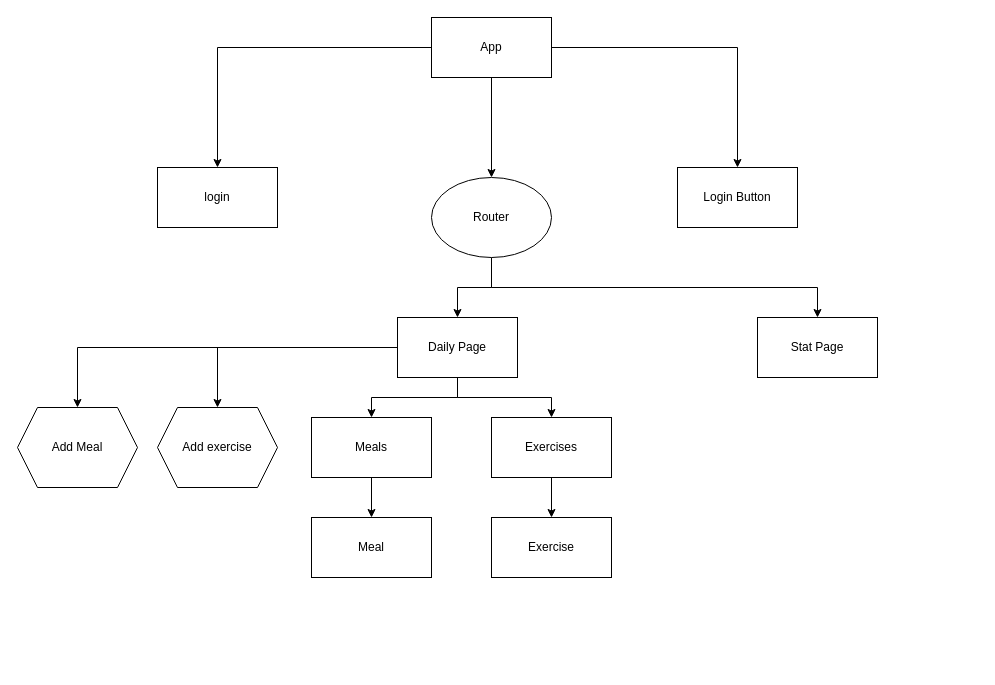
Before: Диаграмма без названия.drawio in DimaVarek/fitness_app, a draw.io diagram. Source tidied: cells renumbered, new cells numbered last; positions are measured from the earlier drawing's top-left corner, leaving out a move shared by most shapes. Both pictures are drawn from the tidied source at 100%, with x=0, y=0 at pixel (17, 17).
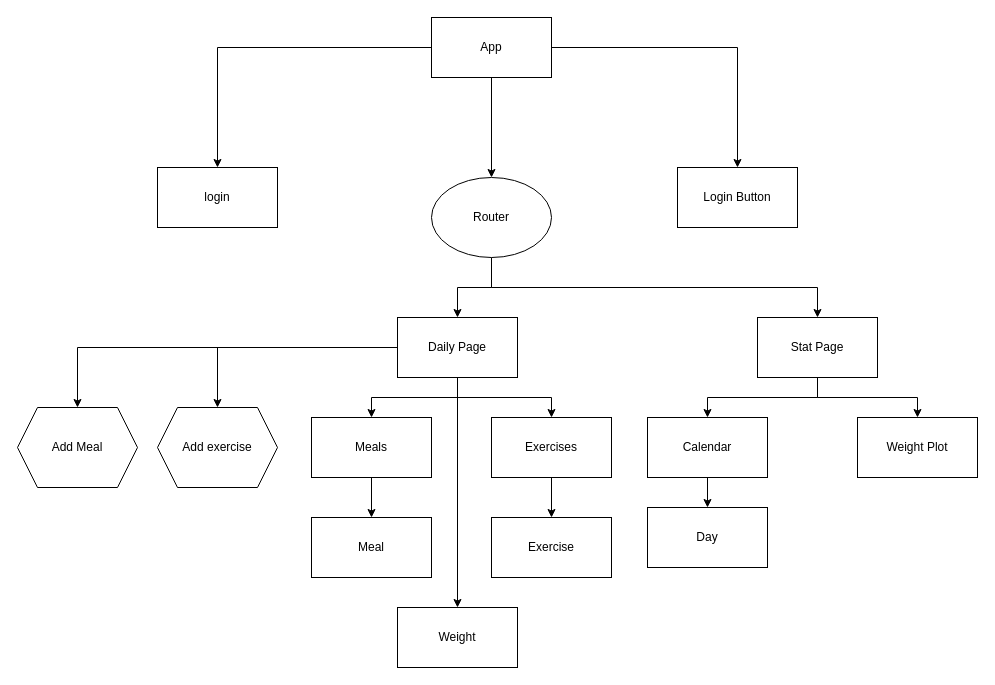
The same page after the edit.

The change refers to these unchanged cells:
```xml
<mxCell id="15" value="Daily Page" style="rounded=0;whiteSpace=wrap;html=1;" parent="1" vertex="1">
  <mxGeometry x="380" y="300" width="120" height="60" as="geometry" />
</mxCell>
<mxCell id="16" value="Stat Page" style="rounded=0;whiteSpace=wrap;html=1;" parent="1" vertex="1">
  <mxGeometry x="740" y="300" width="120" height="60" as="geometry" />
</mxCell>
```

Change to the diagram source:
```diff
@@
+    <mxCell id="25" style="edgeStyle=orthogonalEdgeStyle;rounded=0;jettySize=auto;html=1;exitX=0.5;exitY=1;exitDx=0;exitDy=0;" parent="1" edge="1" source="15" target="30">
+      <mxGeometry relative="1" as="geometry" />
+    </mxCell>
@@
+    <mxCell id="26" style="edgeStyle=orthogonalEdgeStyle;rounded=0;jettySize=auto;html=1;exitX=0.5;exitY=1;exitDx=0;exitDy=0;entryX=0.5;entryY=0;entryDx=0;entryDy=0;" parent="1" edge="1" source="16" target="29">
+      <mxGeometry relative="1" as="geometry" />
+    </mxCell>
+    <mxCell id="27" style="edgeStyle=orthogonalEdgeStyle;rounded=0;jettySize=auto;html=1;exitX=0.5;exitY=1;exitDx=0;exitDy=0;entryX=0.5;entryY=0;entryDx=0;entryDy=0;" parent="1" edge="1" source="16" target="31">
+      <mxGeometry relative="1" as="geometry" />
+    </mxCell>
@@
+    <mxCell id="28" style="edgeStyle=orthogonalEdgeStyle;rounded=0;jettySize=auto;html=1;entryX=0.5;entryY=0;entryDx=0;entryDy=0;" parent="1" edge="1" source="29" target="32">
+      <mxGeometry relative="1" as="geometry" />
+    </mxCell>
+    <mxCell id="29" value="Calendar" style="rounded=0;whiteSpace=wrap;html=1;" parent="1" vertex="1">
+      <mxGeometry x="630" y="400" width="120" height="60" as="geometry" />
+    </mxCell>
+    <mxCell id="30" value="Weight" style="rounded=0;whiteSpace=wrap;html=1;" parent="1" vertex="1">
+      <mxGeometry x="380" y="590" width="120" height="60" as="geometry" />
+    </mxCell>
+    <mxCell id="31" value="Weight Plot" style="rounded=0;whiteSpace=wrap;html=1;" parent="1" vertex="1">
+      <mxGeometry x="840" y="400" width="120" height="60" as="geometry" />
+    </mxCell>
+    <mxCell id="32" value="Day" style="rounded=0;whiteSpace=wrap;html=1;" parent="1" vertex="1">
+      <mxGeometry x="630" y="490" width="120" height="60" as="geometry" />
+    </mxCell>
```
